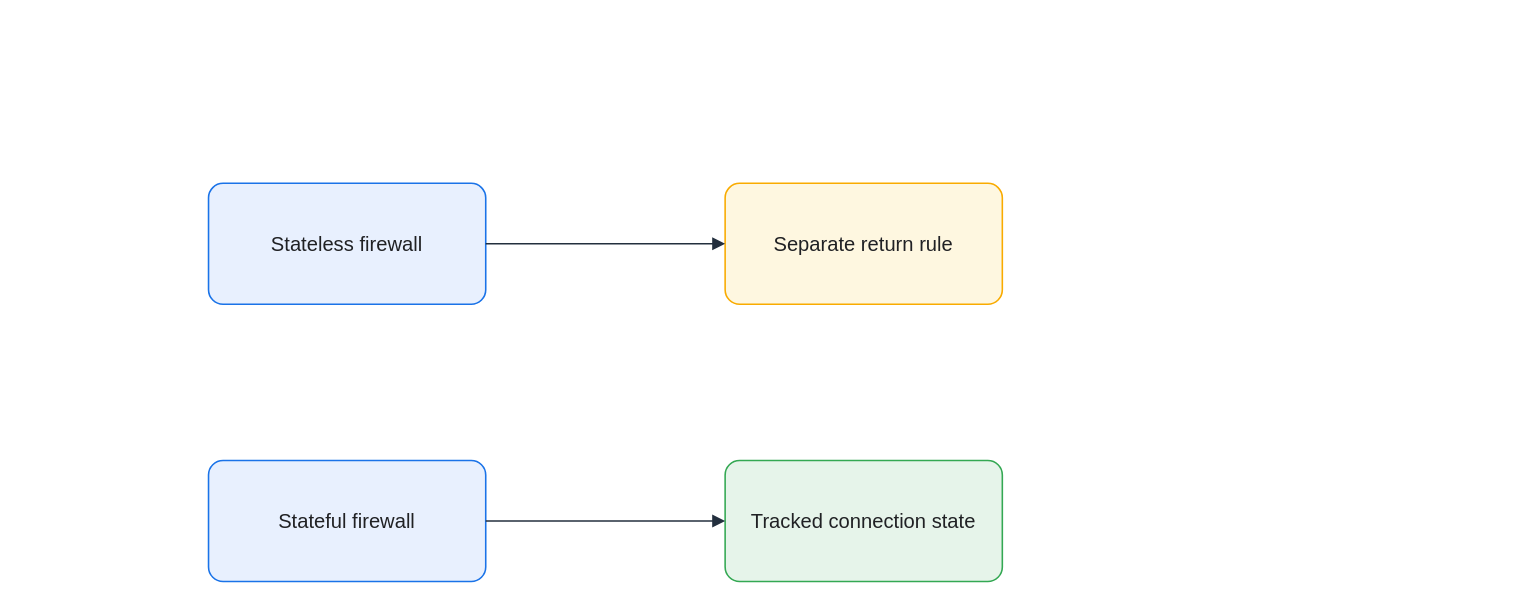
Above: assets/img/network/stateless-stateful-firewall.drawio in KKamJi98/kkamji98.github.io (draw.io), before the change. Source tidied: cells renumbered, new cells numbered last; positions are measured from the earlier drawing's top-left corner, leaving out a move shared by most shapes. Both pictures are drawn from the tidied source at 126%, with x=0, y=0 at pixel (208, 183).
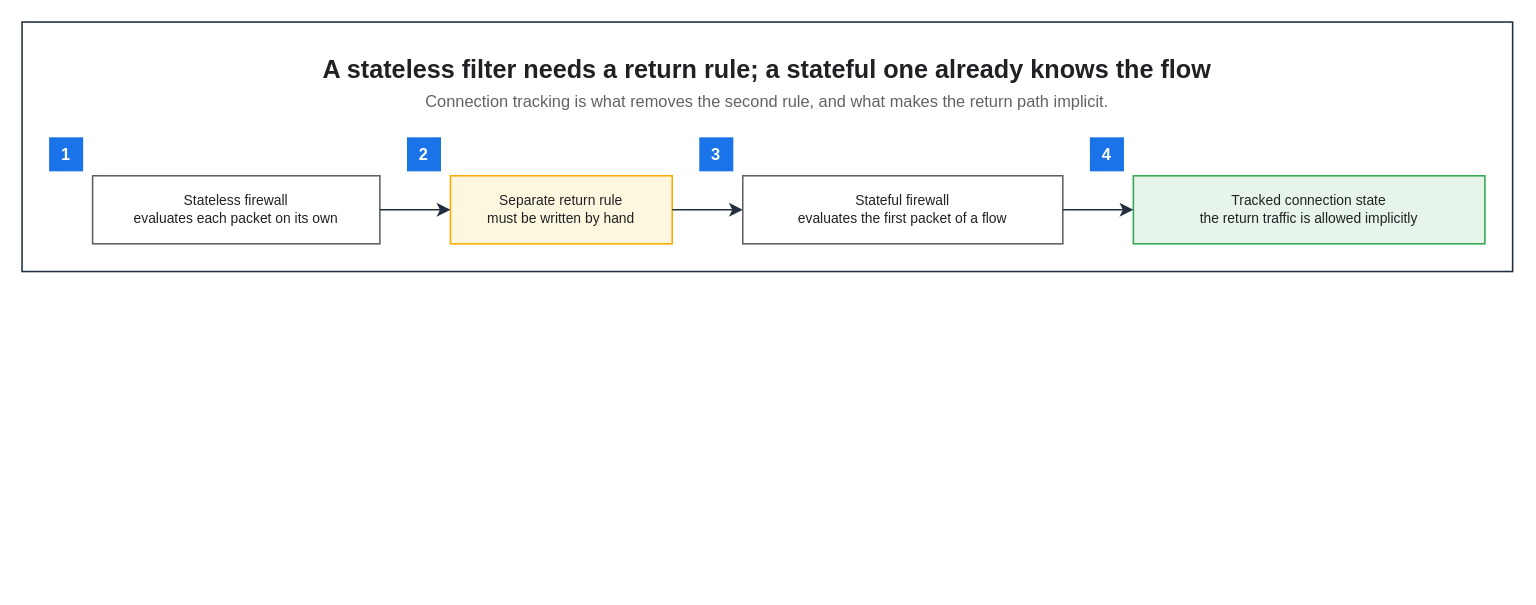
The same diagram, later.

Diff of the diagram source:
```diff
@@
 <mxGraphModel background="#FFFFFF">
   <root>
     <mxCell id="0" />
     <mxCell id="1" parent="0" />
-    <mxCell id="2" value="Stateless firewall" style="rounded=1;arcSize=12;whiteSpace=wrap;html=0;fillColor=#E8F0FE;strokeColor=#1A73E8;strokeWidth=1.25;fontColor=#202124;fontSize=16;align=center;verticalAlign=middle;spacing=8;shadow=0;" parent="1" vertex="1">
-      <mxGeometry width="220" height="96" as="geometry" />
-    </mxCell>
-    <mxCell id="3" value="Separate return rule" style="rounded=1;arcSize=12;whiteSpace=wrap;html=0;fillColor=#FEF7E0;strokeColor=#F9AB00;strokeWidth=1.25;fontColor=#202124;fontSize=16;align=center;verticalAlign=middle;spacing=8;shadow=0;" parent="1" vertex="1">
-      <mxGeometry x="410" width="220" height="96" as="geometry" />
-    </mxCell>
-    <mxCell id="4" value="Stateful firewall" style="rounded=1;arcSize=12;whiteSpace=wrap;html=0;fillColor=#E8F0FE;strokeColor=#1A73E8;strokeWidth=1.25;fontColor=#202124;fontSize=16;align=center;verticalAlign=middle;spacing=8;shadow=0;" parent="1" vertex="1">
-      <mxGeometry y="220" width="220" height="96" as="geometry" />
-    </mxCell>
-    <mxCell id="5" value="Tracked connection state" style="rounded=1;arcSize=12;whiteSpace=wrap;html=0;fillColor=#E6F4EA;strokeColor=#34A853;strokeWidth=1.25;fontColor=#202124;fontSize=16;align=center;verticalAlign=middle;spacing=8;shadow=0;" parent="1" vertex="1">
-      <mxGeometry x="410" y="220" width="220" height="96" as="geometry" />
-    </mxCell>
-    <mxCell id="6" style="edgeStyle=orthogonalEdgeStyle;rounded=0;jettySize=auto;html=0;endArrow=block;endFill=1;strokeColor=#232F3E;strokeWidth=1.25;fontColor=#202124;labelBackgroundColor=none;exitX=1;exitY=0.5;exitDx=0;exitDy=0;entryX=0;entryY=0.5;entryDx=0;entryDy=0;endSize=7;" parent="1" edge="1" source="2" target="3">
-      <mxGeometry relative="1" as="geometry" />
-    </mxCell>
-    <mxCell id="7" style="edgeStyle=orthogonalEdgeStyle;rounded=0;jettySize=auto;html=0;endArrow=block;endFill=1;strokeColor=#232F3E;strokeWidth=1.25;fontColor=#202124;labelBackgroundColor=none;exitX=1;exitY=0.5;exitDx=0;exitDy=0;entryX=0;entryY=0.5;entryDx=0;entryDy=0;endSize=7;" parent="1" edge="1" source="4" target="5">
-      <mxGeometry relative="1" as="geometry" />
-    </mxCell>
+    <mxCell id="8" style="rounded=0;html=0;fillColor=none;strokeColor=#232F3E;fontColor=#202124;strokeWidth=1.25;" parent="1" vertex="1">
+      <mxGeometry x="-148" y="-128" width="1183" height="198" as="geometry" />
+    </mxCell>
+    <mxCell id="9" value="A stateless filter needs a return rule; a stateful one already knows the flow" style="text;html=0;whiteSpace=wrap;fillColor=none;strokeColor=none;fontColor=#202124;fontSize=20;fontStyle=1;align=center;verticalAlign=middle;" parent="1" vertex="1">
+      <mxGeometry x="-126" y="-106" width="1139" height="30" as="geometry" />
+    </mxCell>
+    <mxCell id="10" value="Connection tracking is what removes the second rule, and what makes the return path implicit." style="text;html=0;whiteSpace=wrap;fillColor=none;strokeColor=none;fontColor=#5F6368;fontSize=13;fontStyle=0;align=center;verticalAlign=middle;" parent="1" vertex="1">
+      <mxGeometry x="-126" y="-76" width="1139" height="22" as="geometry" />
+    </mxCell>
+    <mxCell id="11" value="Stateless firewall&#10;evaluates each packet on its own" style="rounded=0;whiteSpace=wrap;html=0;fillColor=#FFFFFF;strokeColor=#5F6368;fontColor=#202124;fontSize=11;fontStyle=0;align=center;verticalAlign=middle;spacingLeft=6;spacingRight=6;strokeWidth=1.25;" parent="1" vertex="1">
+      <mxGeometry x="-92" y="-6" width="228" height="54" as="geometry" />
+    </mxCell>
+    <mxCell id="12" value="Separate return rule&#10;must be written by hand" style="rounded=0;whiteSpace=wrap;html=0;fillColor=#FEF7E0;strokeColor=#F9AB00;fontColor=#202124;fontSize=11;fontStyle=0;align=center;verticalAlign=middle;spacingLeft=6;spacingRight=6;strokeWidth=1.25;" parent="1" vertex="1">
+      <mxGeometry x="192" y="-6" width="176" height="54" as="geometry" />
+    </mxCell>
+    <mxCell id="13" value="Stateful firewall&#10;evaluates the first packet of a flow" style="rounded=0;whiteSpace=wrap;html=0;fillColor=#FFFFFF;strokeColor=#5F6368;fontColor=#202124;fontSize=11;fontStyle=0;align=center;verticalAlign=middle;spacingLeft=6;spacingRight=6;strokeWidth=1.25;" parent="1" vertex="1">
+      <mxGeometry x="424" y="-6" width="254" height="54" as="geometry" />
+    </mxCell>
+    <mxCell id="14" value="Tracked connection state&#10;the return traffic is allowed implicitly" style="rounded=0;whiteSpace=wrap;html=0;fillColor=#E6F4EA;strokeColor=#34A853;fontColor=#202124;fontSize=11;fontStyle=0;align=center;verticalAlign=middle;spacingLeft=6;spacingRight=6;strokeWidth=1.25;" parent="1" vertex="1">
+      <mxGeometry x="734" y="-6" width="279" height="54" as="geometry" />
+    </mxCell>
+    <mxCell id="15" value="1" style="rounded=0;whiteSpace=wrap;html=0;fillColor=#1A73E8;strokeColor=#1A73E8;fontColor=#FFFFFF;fontSize=13;fontStyle=1;align=center;verticalAlign=middle;" parent="1" vertex="1">
+      <mxGeometry x="-126" y="-36" width="26" height="26" as="geometry" />
+    </mxCell>
+    <mxCell id="16" value="2" style="rounded=0;whiteSpace=wrap;html=0;fillColor=#1A73E8;strokeColor=#1A73E8;fontColor=#FFFFFF;fontSize=13;fontStyle=1;align=center;verticalAlign=middle;" parent="1" vertex="1">
+      <mxGeometry x="158" y="-36" width="26" height="26" as="geometry" />
+    </mxCell>
+    <mxCell id="17" value="3" style="rounded=0;whiteSpace=wrap;html=0;fillColor=#1A73E8;strokeColor=#1A73E8;fontColor=#FFFFFF;fontSize=13;fontStyle=1;align=center;verticalAlign=middle;" parent="1" vertex="1">
+      <mxGeometry x="390" y="-36" width="26" height="26" as="geometry" />
+    </mxCell>
+    <mxCell id="18" value="4" style="rounded=0;whiteSpace=wrap;html=0;fillColor=#1A73E8;strokeColor=#1A73E8;fontColor=#FFFFFF;fontSize=13;fontStyle=1;align=center;verticalAlign=middle;" parent="1" vertex="1">
+      <mxGeometry x="700" y="-36" width="26" height="26" as="geometry" />
+    </mxCell>
+    <mxCell id="19" style="edgeStyle=orthogonalEdgeStyle;rounded=0;html=0;strokeColor=#232F3E;strokeWidth=1.25;endArrow=classic;endFill=1;endSize=7;fontSize=11;fontColor=#202124;labelBackgroundColor=none;jettySize=14;exitX=1;exitY=0.5;entryX=0;entryY=0.5;exitDx=0;exitDy=0;entryDx=0;entryDy=0;" parent="1" edge="1" source="11" target="12">
+      <mxGeometry relative="1" as="geometry" />
+    </mxCell>
+    <mxCell id="20" style="edgeStyle=orthogonalEdgeStyle;rounded=0;html=0;strokeColor=#232F3E;strokeWidth=1.25;endArrow=classic;endFill=1;endSize=7;fontSize=11;fontColor=#202124;labelBackgroundColor=none;jettySize=14;exitX=1;exitY=0.5;entryX=0;entryY=0.5;exitDx=0;exitDy=0;entryDx=0;entryDy=0;" parent="1" edge="1" source="12" target="13">
+      <mxGeometry relative="1" as="geometry" />
+    </mxCell>
+    <mxCell id="21" style="edgeStyle=orthogonalEdgeStyle;rounded=0;html=0;strokeColor=#232F3E;strokeWidth=1.25;endArrow=classic;endFill=1;endSize=7;fontSize=11;fontColor=#202124;labelBackgroundColor=none;jettySize=14;exitX=1;exitY=0.5;entryX=0;entryY=0.5;exitDx=0;exitDy=0;entryDx=0;entryDy=0;" parent="1" edge="1" source="13" target="14">
+      <mxGeometry relative="1" as="geometry" />
+    </mxCell>
   </root>
 </mxGraphModel>
```
